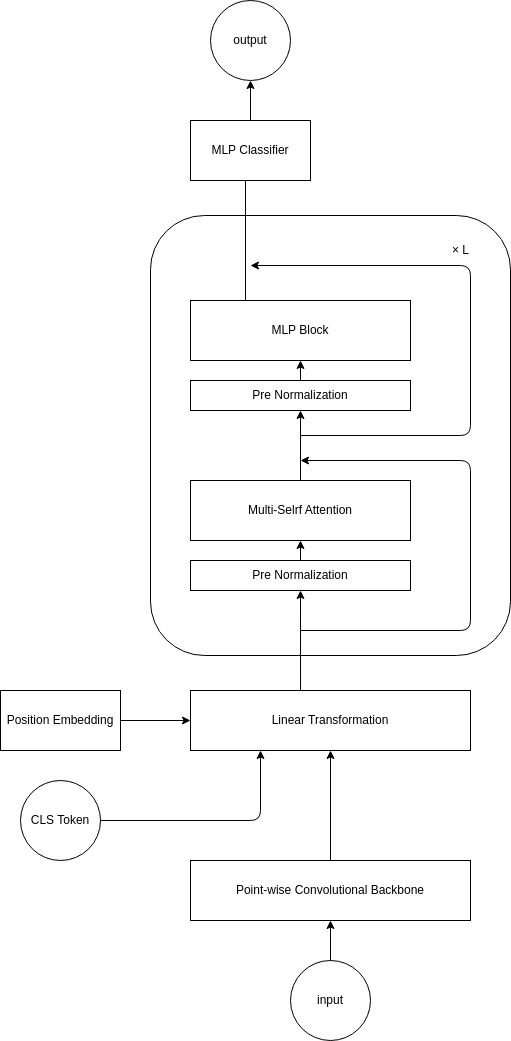
The draw.io diagram assets/convbbt_architechture.png in rakawanegan/humanactivityrecognition_portfolio, before a commit. Source tidied: cells renumbered, new cells last; positions are measured from the earlier drawing's top-left corner, leaving out a move shared by most shapes.
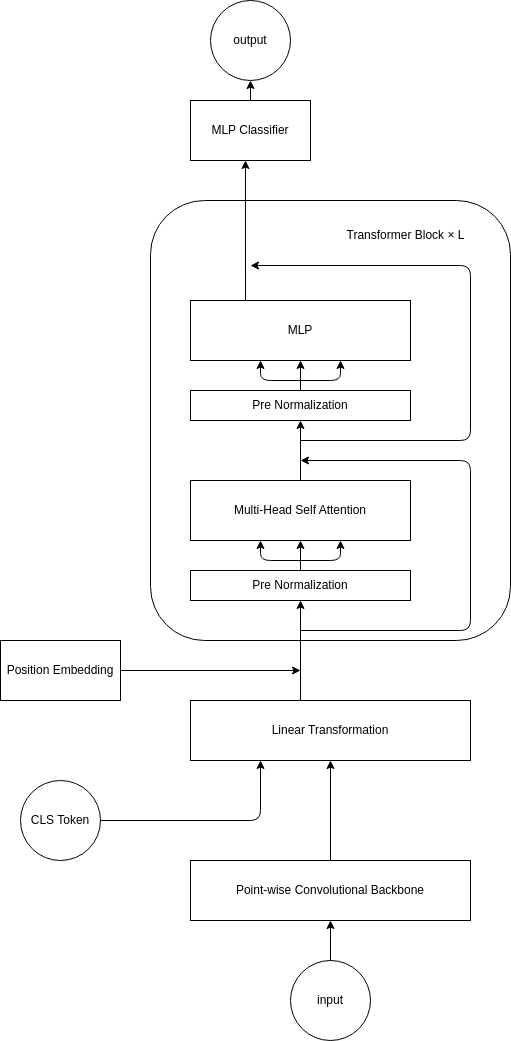
After the change.

The edit, as a diff of the source:
```diff
@@ -1,9 +1,9 @@
-<mxGraphModel>
+<mxGraphModel background="#ffffff">
   <root>
     <mxCell id="0" />
     <mxCell id="1" parent="0" />
     <mxCell id="2" style="rounded=1;whiteSpace=wrap;html=1;" parent="1" vertex="1">
-      <mxGeometry x="150" y="215" width="360" height="440" as="geometry" />
+      <mxGeometry x="150" y="180" width="360" height="440" as="geometry" />
     </mxCell>
     <mxCell id="3" style="edgeStyle=none;html=1;" parent="1" edge="1" source="5" target="7">
       <mxGeometry relative="1" as="geometry" />
@@ -12,38 +12,37 @@
       <mxGeometry relative="1" as="geometry" />
     </mxCell>
     <mxCell id="5" value="Point-wise Convolutional Backbone" style="rounded=0;whiteSpace=wrap;html=1;" parent="1" vertex="1">
-      <mxGeometry x="190" y="860" width="280" height="60" as="geometry" />
+      <mxGeometry x="190" y="840" width="280" height="60" as="geometry" />
     </mxCell>
     <mxCell id="6" style="edgeStyle=none;html=1;exitX=0.393;exitY=0.167;exitDx=0;exitDy=0;exitPerimeter=0;" parent="1" edge="1" source="7" target="11">
       <mxGeometry relative="1" as="geometry" />
     </mxCell>
     <mxCell id="7" value="Linear Transformation" style="whiteSpace=wrap;html=1;rounded=0;" parent="1" vertex="1">
-      <mxGeometry x="190" y="690" width="280" height="60" as="geometry" />
+      <mxGeometry x="190" y="680" width="280" height="60" as="geometry" />
     </mxCell>
-    <mxCell id="8" style="edgeStyle=none;html=1;exitX=1;exitY=0.5;exitDx=0;exitDy=0;entryX=0;entryY=0.5;entryDx=0;entryDy=0;" parent="1" edge="1" source="9" target="7">
-      <mxGeometry relative="1" as="geometry" />
+    <mxCell id="8" style="edgeStyle=none;html=1;exitX=1;exitY=0.5;exitDx=0;exitDy=0;" parent="1" edge="1" source="9">
+      <mxGeometry relative="1" as="geometry">
+        <mxPoint x="300" y="650" as="targetPoint" />
+      </mxGeometry>
     </mxCell>
     <mxCell id="9" value="Position Embedding" style="rounded=0;whiteSpace=wrap;html=1;" parent="1" vertex="1">
-      <mxGeometry y="690" width="120" height="60" as="geometry" />
+      <mxGeometry y="620" width="120" height="60" as="geometry" />
     </mxCell>
     <mxCell id="10" style="edgeStyle=none;html=1;" parent="1" edge="1">
       <mxGeometry relative="1" as="geometry">
-        <mxPoint x="300" y="630" as="sourcePoint" />
-        <mxPoint x="300" y="460" as="targetPoint" />
+        <mxPoint x="300" y="610" as="sourcePoint" />
+        <mxPoint x="300" y="440" as="targetPoint" />
         <Array as="points">
-          <mxPoint x="470" y="630" />
-          <mxPoint x="470" y="460" />
+          <mxPoint x="470" y="610" />
+          <mxPoint x="470" y="440" />
         </Array>
       </mxGeometry>
     </mxCell>
     <mxCell id="11" value="Pre Normalization" style="whiteSpace=wrap;html=1;rounded=0;" parent="1" vertex="1">
-      <mxGeometry x="190" y="560" width="220" height="30" as="geometry" />
+      <mxGeometry x="190" y="550" width="220" height="30" as="geometry" />
     </mxCell>
-    <mxCell id="12" style="edgeStyle=none;html=1;" parent="1" edge="1" source="11" target="13">
-      <mxGeometry relative="1" as="geometry" />
-    </mxCell>
-    <mxCell id="13" value="Multi-Selrf Attention" style="whiteSpace=wrap;html=1;rounded=0;" parent="1" vertex="1">
-      <mxGeometry x="190" y="480" width="220" height="60" as="geometry" />
+    <mxCell id="13" value="Multi-Head Self Attention" style="whiteSpace=wrap;html=1;rounded=0;" parent="1" vertex="1">
+      <mxGeometry x="190" y="460" width="220" height="60" as="geometry" />
     </mxCell>
     <mxCell id="14" style="edgeStyle=none;html=1;" parent="1" edge="1">
       <mxGeometry relative="1" as="geometry">
@@ -56,56 +55,105 @@
       </mxGeometry>
     </mxCell>
     <mxCell id="16" value="input" style="ellipse;whiteSpace=wrap;html=1;rounded=0;" parent="1" vertex="1">
-      <mxGeometry x="290" y="960" width="80" height="80" as="geometry" />
+      <mxGeometry x="290" y="940" width="80" height="80" as="geometry" />
     </mxCell>
     <mxCell id="17" style="edgeStyle=none;html=1;" parent="1" edge="1" source="13" target="18">
       <mxGeometry relative="1" as="geometry" />
     </mxCell>
     <mxCell id="18" value="Pre Normalization" style="whiteSpace=wrap;html=1;rounded=0;" parent="1" vertex="1">
-      <mxGeometry x="190" y="380" width="220" height="30" as="geometry" />
+      <mxGeometry x="190" y="370" width="220" height="30" as="geometry" />
     </mxCell>
-    <mxCell id="19" style="edgeStyle=none;html=1;exitX=0.25;exitY=0;exitDx=0;exitDy=0;" parent="1" edge="1" source="21">
-      <mxGeometry relative="1" as="geometry">
-        <mxPoint x="245" y="145" as="targetPoint" />
-      </mxGeometry>
+    <mxCell id="19" style="edgeStyle=none;html=1;exitX=0.25;exitY=0;exitDx=0;exitDy=0;entryX=0.458;entryY=1;entryDx=0;entryDy=0;entryPerimeter=0;" parent="1" edge="1" source="21" target="23">
+      <mxGeometry relative="1" as="geometry" />
     </mxCell>
-    <mxCell id="20" style="edgeStyle=none;html=1;" parent="1" edge="1" source="18" target="21">
-      <mxGeometry relative="1" as="geometry" />
-    </mxCell>
-    <mxCell id="21" value="MLP Block" style="whiteSpace=wrap;html=1;rounded=0;" parent="1" vertex="1">
-      <mxGeometry x="190" y="300" width="220" height="60" as="geometry" />
+    <mxCell id="21" value="MLP" style="whiteSpace=wrap;html=1;rounded=0;" parent="1" vertex="1">
+      <mxGeometry x="190" y="280" width="220" height="60" as="geometry" />
     </mxCell>
     <mxCell id="22" style="edgeStyle=none;html=1;" parent="1" edge="1" source="23" target="24">
       <mxGeometry relative="1" as="geometry" />
     </mxCell>
     <mxCell id="23" value="MLP Classifier" style="rounded=0;whiteSpace=wrap;html=1;" parent="1" vertex="1">
-      <mxGeometry x="190" y="120" width="120" height="60" as="geometry" />
+      <mxGeometry x="190" y="80" width="120" height="60" as="geometry" />
     </mxCell>
     <mxCell id="24" value="output" style="ellipse;whiteSpace=wrap;html=1;rounded=0;" parent="1" vertex="1">
-      <mxGeometry x="210" width="80" height="80" as="geometry" />
+      <mxGeometry x="210" y="-20" width="80" height="80" as="geometry" />
     </mxCell>
-    <mxCell id="25" value="× L" style="text;html=1;align=center;verticalAlign=middle;strokeWidth=5;perimeterSpacing=0;" parent="1" vertex="1">
-      <mxGeometry x="440" y="235" width="40" height="30" as="geometry" />
+    <mxCell id="25" value="Transformer Block × L" style="text;html=1;align=center;verticalAlign=middle;strokeWidth=5;perimeterSpacing=0;" parent="1" vertex="1">
+      <mxGeometry x="335" y="200" width="140" height="30" as="geometry" />
     </mxCell>
     <mxCell id="26" style="edgeStyle=none;html=1;entryX=0.25;entryY=1;entryDx=0;entryDy=0;" parent="1" edge="1" source="27" target="7">
       <mxGeometry relative="1" as="geometry">
         <Array as="points">
-          <mxPoint x="260" y="820" />
+          <mxPoint x="260" y="800" />
         </Array>
       </mxGeometry>
     </mxCell>
     <mxCell id="27" value="CLS Token" style="ellipse;whiteSpace=wrap;html=1;rounded=0;" parent="1" vertex="1">
-      <mxGeometry x="20" y="780" width="80" height="80" as="geometry" />
+      <mxGeometry x="20" y="760" width="80" height="80" as="geometry" />
     </mxCell>
     <mxCell id="28" style="edgeStyle=none;html=1;" parent="1" edge="1">
       <mxGeometry relative="1" as="geometry">
-        <mxPoint x="300" y="435" as="sourcePoint" />
-        <mxPoint x="250" y="265" as="targetPoint" />
+        <mxPoint x="300" y="420" as="sourcePoint" />
+        <mxPoint x="250" y="245" as="targetPoint" />
         <Array as="points">
-          <mxPoint x="470" y="435" />
-          <mxPoint x="470" y="265" />
+          <mxPoint x="470" y="420" />
+          <mxPoint x="470" y="245" />
         </Array>
       </mxGeometry>
     </mxCell>
+    <mxCell id="29" style="group;" parent="1" vertex="1">
+      <mxGeometry x="260" y="340" width="80" height="30" as="geometry" />
+    </mxCell>
+    <mxCell id="30" style="edgeStyle=none;html=1;" parent="29" edge="1">
+      <mxGeometry relative="1" as="geometry">
+        <mxPoint x="40" y="20" as="sourcePoint" />
+        <mxPoint x="80" as="targetPoint" />
+        <Array as="points">
+          <mxPoint x="80" y="20" />
+        </Array>
+      </mxGeometry>
+    </mxCell>
+    <mxCell id="31" style="edgeStyle=none;html=1;" parent="29" edge="1">
+      <mxGeometry relative="1" as="geometry">
+        <mxPoint x="40" y="30" as="sourcePoint" />
+        <mxPoint x="40" as="targetPoint" />
+      </mxGeometry>
+    </mxCell>
+    <mxCell id="32" style="edgeStyle=none;html=1;" parent="29" edge="1">
+      <mxGeometry relative="1" as="geometry">
+        <mxPoint x="40" y="20" as="sourcePoint" />
+        <mxPoint as="targetPoint" />
+        <Array as="points">
+          <mxPoint y="20" />
+        </Array>
+      </mxGeometry>
+    </mxCell>
+    <mxCell id="33" style="group;" parent="1" vertex="1">
+      <mxGeometry x="260" y="520" width="80" height="30" as="geometry" />
+    </mxCell>
+    <mxCell id="34" style="edgeStyle=none;html=1;" parent="33" edge="1">
+      <mxGeometry relative="1" as="geometry">
+        <mxPoint x="40" y="20" as="sourcePoint" />
+        <mxPoint x="80" as="targetPoint" />
+        <Array as="points">
+          <mxPoint x="80" y="20" />
+        </Array>
+      </mxGeometry>
+    </mxCell>
+    <mxCell id="35" style="edgeStyle=none;html=1;" parent="33" edge="1">
+      <mxGeometry relative="1" as="geometry">
+        <mxPoint x="40" y="30" as="sourcePoint" />
+        <mxPoint x="40" as="targetPoint" />
+      </mxGeometry>
+    </mxCell>
+    <mxCell id="36" style="edgeStyle=none;html=1;" parent="33" edge="1">
+      <mxGeometry relative="1" as="geometry">
+        <mxPoint x="40" y="20" as="sourcePoint" />
+        <mxPoint as="targetPoint" />
+        <Array as="points">
+          <mxPoint y="20" />
+        </Array>
+      </mxGeometry>
+    </mxCell>
   </root>
 </mxGraphModel>
```
